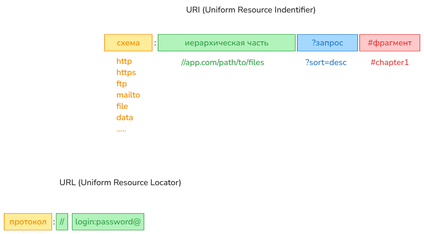
Before: img/5.uri_url.excalidraw.png, a diagram exported from Excalidraw (silvercodes/p41_np). Source tidied: one line per element, renumbered; positions are measured from the earlier drawing's top-left corner, leaving out a move shared by most shapes.
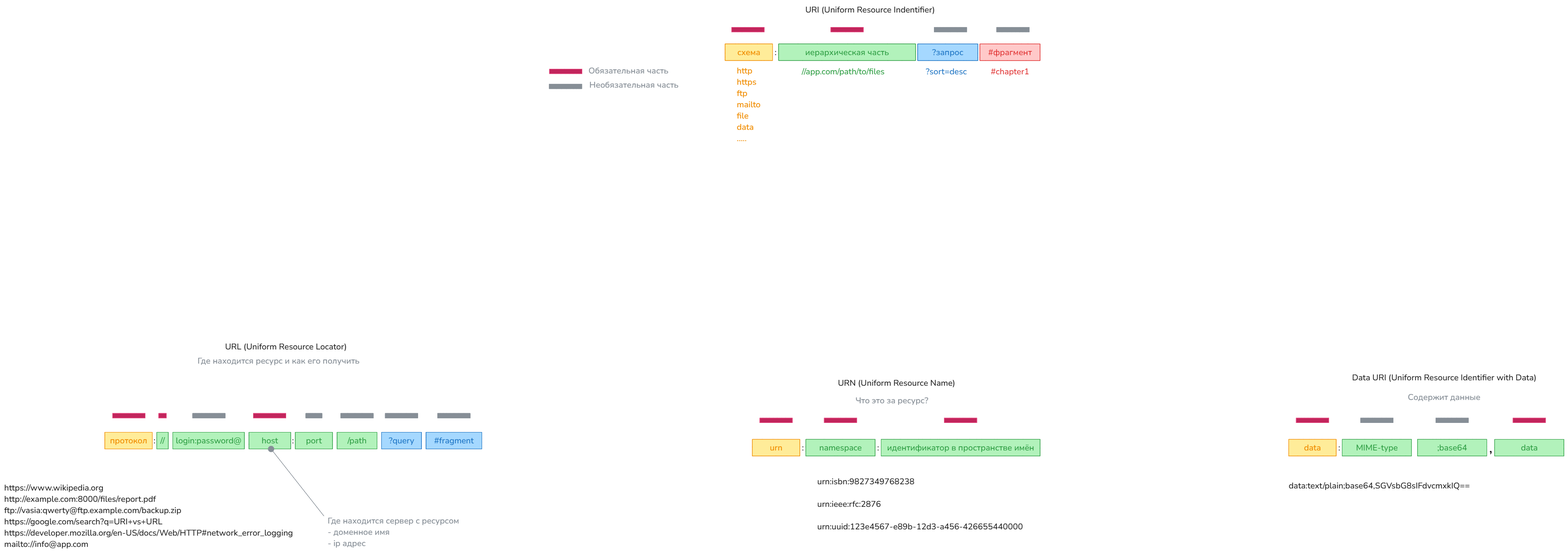
The same file after the commit.

Commit message:
add: deep http

What changed in the source:
```diff
@@ -1,4 +1,4 @@
-{"id": 0, "type": "text", "text": "URI (Uniform Resource Indentifier)", "strokeColor": "#1e1e1e", "strokeWidth": 2, "roughness": 1, "fontSize": 20, "fontFamily": 6, "x": 435, "y": 0, "width": 310, "height": 27}
+{"id": 0, "type": "text", "text": "URI (Uniform Resource Indentifier)", "strokeColor": "#1e1e1e", "strokeWidth": 2, "roughness": 1, "fontSize": 20, "fontFamily": 6, "x": 432, "y": -23, "width": 310, "height": 27}
 {"id": 1, "type": "rectangle", "strokeColor": "#f08c00", "backgroundColor": "#ffec99", "fillStyle": "solid", "strokeWidth": 1, "roughness": 0, "x": 240, "y": 72, "width": 114, "height": 40}
 {"id": 2, "type": "text", "text": "схема", "strokeColor": "#f08c00", "backgroundColor": "#ffec99", "fillStyle": "solid", "strokeWidth": 1, "roughness": 0, "fontSize": 20, "fontFamily": 6, "textAlign": "center", "verticalAlign": "middle", "inside": 1, "x": 269, "y": 79, "width": 55, "height": 27}
 {"id": 3, "type": "text", "text": "http\nhttps\nftp\nmailto\nfile\ndata\n.....", "strokeColor": "#f08c00", "backgroundColor": "#ffec99", "fillStyle": "solid", "strokeWidth": 1, "roughness": 0, "fontSize": 20, "fontFamily": 6, "x": 268, "y": 123, "width": 57, "height": 189}
@@ -12,11 +12,73 @@
 {"id": 11, "type": "rectangle", "strokeColor": "#e03131", "backgroundColor": "#ffc9c9", "fillStyle": "solid", "strokeWidth": 1, "roughness": 0, "x": 850, "y": 73, "width": 144, "height": 40}
 {"id": 12, "type": "text", "text": "#фрагмент", "strokeColor": "#e03131", "backgroundColor": "#ffec99", "fillStyle": "solid", "strokeWidth": 1, "roughness": 0, "fontSize": 20, "fontFamily": 6, "textAlign": "center", "verticalAlign": "middle", "inside": 11, "x": 870, "y": 79, "width": 105, "height": 27}
 {"id": 13, "type": "text", "text": "#chapter1", "strokeColor": "#e03131", "backgroundColor": "#ffc9c9", "fillStyle": "solid", "strokeWidth": 1, "roughness": 0, "fontSize": 20, "fontFamily": 6, "x": 876, "y": 126, "width": 92, "height": 27}
-{"id": 14, "type": "text", "text": "URL (Uniform Resource Locator)", "strokeColor": "#1e1e1e", "strokeWidth": 2, "roughness": 1, "fontSize": 20, "fontFamily": 6, "x": 132, "y": 414, "width": 292, "height": 27}
+{"id": 14, "type": "text", "text": "URL (Uniform Resource Locator)", "strokeColor": "#1e1e1e", "strokeWidth": 2, "roughness": 1, "fontSize": 20, "fontFamily": 6, "x": -957, "y": 785, "width": 292, "height": 27}
-{"id": 15, "type": "rectangle", "strokeColor": "#f08c00", "backgroundColor": "#ffec99", "fillStyle": "solid", "strokeWidth": 1, "roughness": 0, "x": 0, "y": 502, "width": 114, "height": 40}
+{"id": 15, "type": "rectangle", "strokeColor": "#f08c00", "backgroundColor": "#ffec99", "fillStyle": "solid", "strokeWidth": 1, "roughness": 0, "x": -1245, "y": 1003, "width": 114, "height": 40}
-{"id": 16, "type": "text", "text": "протокол", "strokeColor": "#f08c00", "backgroundColor": "#ffec99", "fillStyle": "solid", "strokeWidth": 1, "roughness": 0, "fontSize": 20, "fontFamily": 6, "textAlign": "center", "verticalAlign": "middle", "inside": 15, "x": 12, "y": 508, "width": 89, "height": 27}
+{"id": 16, "type": "text", "text": "протокол", "strokeColor": "#f08c00", "backgroundColor": "#ffec99", "fillStyle": "solid", "strokeWidth": 1, "roughness": 0, "fontSize": 20, "fontFamily": 6, "textAlign": "center", "verticalAlign": "middle", "inside": 15, "x": -1233, "y": 1009, "width": 89, "height": 27}
-{"id": 17, "type": "text", "text": ":", "strokeColor": "#1e1e1e", "backgroundColor": "#ffec99", "fillStyle": "solid", "strokeWidth": 1, "roughness": 0, "fontSize": 20, "fontFamily": 6, "x": 117, "y": 508, "width": 5, "height": 27}
+{"id": 22, "type": "text", "text": ":", "strokeColor": "#1e1e1e", "backgroundColor": "#ffec99", "fillStyle": "solid", "strokeWidth": 1, "roughness": 0, "fontSize": 20, "fontFamily": 6, "x": -1128, "y": 1009, "width": 5, "height": 27}
-{"id": 18, "type": "rectangle", "strokeColor": "#2f9e44", "backgroundColor": "#b2f2bb", "fillStyle": "solid", "strokeWidth": 1, "roughness": 0, "x": 124, "y": 502, "width": 28, "height": 40}
+{"id": 18, "type": "rectangle", "strokeColor": "#2f9e44", "backgroundColor": "#b2f2bb", "fillStyle": "solid", "strokeWidth": 1, "roughness": 0, "x": -1121, "y": 1003, "width": 28, "height": 40}
-{"id": 19, "type": "text", "text": "//", "strokeColor": "#2f9e44", "backgroundColor": "#ffc9c9", "fillStyle": "solid", "strokeWidth": 1, "roughness": 0, "fontSize": 20, "fontFamily": 6, "textAlign": "center", "verticalAlign": "middle", "inside": 18, "x": 133, "y": 508, "width": 11, "height": 27}
+{"id": 19, "type": "text", "text": "//", "strokeColor": "#2f9e44", "backgroundColor": "#ffc9c9", "fillStyle": "solid", "strokeWidth": 1, "roughness": 0, "fontSize": 20, "fontFamily": 6, "textAlign": "center", "verticalAlign": "middle", "inside": 18, "x": -1112, "y": 1009, "width": 11, "height": 27}
+{"id": 23, "type": "rectangle", "strokeColor": "#2f9e44", "backgroundColor": "#b2f2bb", "fillStyle": "solid", "strokeWidth": 1, "roughness": 0, "x": -1082, "y": 1003, "width": 172, "height": 40}
+{"id": 24, "type": "text", "text": "login:password@", "strokeColor": "#2f9e44", "backgroundColor": "#ffc9c9", "fillStyle": "solid", "strokeWidth": 1, "roughness": 0, "fontSize": 20, "fontFamily": 6, "textAlign": "center", "verticalAlign": "middle", "inside": 23, "x": -1075, "y": 1009, "width": 157, "height": 27}
+{"id": 25, "type": "text", "text": "Где находится ресурс и как его получить", "strokeColor": "#868e96", "strokeWidth": 2, "roughness": 1, "fontSize": 20, "fontFamily": 6, "x": -1023, "y": 818, "width": 388, "height": 27}
+{"id": 26, "type": "rectangle", "strokeColor": "#e64980", "backgroundColor": "#c2255c", "fillStyle": "solid", "strokeWidth": 1, "roughness": 0, "x": -180, "y": 133, "width": 78, "height": 11}
+{"id": 27, "type": "rectangle", "strokeColor": "#868e96", "backgroundColor": "#868e96", "fillStyle": "solid", "strokeWidth": 1, "roughness": 0, "x": -181, "y": 169, "width": 78, "height": 11}
+{"id": 28, "type": "text", "text": "Обязательная часть", "strokeColor": "#868e96", "backgroundColor": "#868e96", "fillStyle": "solid", "strokeWidth": 1, "roughness": 0, "fontSize": 20, "fontFamily": 6, "x": -87, "y": 123, "width": 191, "height": 27}
+{"id": 29, "type": "text", "text": "Необязательная часть", "strokeColor": "#868e96", "backgroundColor": "#868e96", "fillStyle": "solid", "strokeWidth": 1, "roughness": 0, "fontSize": 20, "fontFamily": 6, "x": -85, "y": 158, "width": 213, "height": 27}
+{"id": 30, "type": "rectangle", "strokeColor": "#e64980", "backgroundColor": "#c2255c", "fillStyle": "solid", "strokeWidth": 1, "roughness": 0, "x": 256, "y": 33, "width": 78, "height": 11}
+{"id": 31, "type": "rectangle", "strokeColor": "#e64980", "backgroundColor": "#c2255c", "fillStyle": "solid", "strokeWidth": 1, "roughness": 0, "x": 493, "y": 33, "width": 78, "height": 11}
+{"id": 32, "type": "rectangle", "strokeColor": "#868e96", "backgroundColor": "#868e96", "fillStyle": "solid", "strokeWidth": 1, "roughness": 0, "x": 741, "y": 33, "width": 78, "height": 11}
+{"id": 33, "type": "rectangle", "strokeColor": "#868e96", "backgroundColor": "#868e96", "fillStyle": "solid", "strokeWidth": 1, "roughness": 0, "x": 890, "y": 33, "width": 78, "height": 11}
+{"id": 34, "type": "rectangle", "strokeColor": "#e64980", "backgroundColor": "#c2255c", "fillStyle": "solid", "strokeWidth": 1, "roughness": 0, "x": -1226, "y": 957, "width": 78, "height": 11}
+{"id": 35, "type": "rectangle", "strokeColor": "#868e96", "backgroundColor": "#868e96", "fillStyle": "solid", "strokeWidth": 1, "roughness": 0, "x": -1035, "y": 957, "width": 78, "height": 11}
+{"id": 36, "type": "rectangle", "strokeColor": "#e64980", "backgroundColor": "#c2255c", "fillStyle": "solid", "strokeWidth": 1, "roughness": 0, "x": -1116, "y": 957, "width": 18, "height": 11}
+{"id": 37, "type": "rectangle", "strokeColor": "#2f9e44", "backgroundColor": "#b2f2bb", "fillStyle": "solid", "strokeWidth": 1, "roughness": 0, "x": -900, "y": 1003, "width": 100, "height": 40}
+{"id": 38, "type": "text", "text": "host", "strokeColor": "#2f9e44", "backgroundColor": "#ffc9c9", "fillStyle": "solid", "strokeWidth": 1, "roughness": 0, "fontSize": 20, "fontFamily": 6, "textAlign": "center", "verticalAlign": "middle", "inside": 37, "x": -870, "y": 1009, "width": 39, "height": 27}
+{"id": 39, "type": "rectangle", "strokeColor": "#e64980", "backgroundColor": "#c2255c", "fillStyle": "solid", "strokeWidth": 1, "roughness": 0, "x": -889, "y": 957, "width": 78, "height": 11}
+{"id": 40, "type": "text", "text": "Где находится сервер с ресурсом\n- доменное имя\n- ip адрес", "strokeColor": "#868e96", "strokeWidth": 2, "roughness": 1, "fontSize": 20, "fontFamily": 6, "x": -711, "y": 1201, "width": 315, "height": 81}
+{"id": 41, "type": "arrow", "strokeColor": "#868e96", "backgroundColor": "#868e96", "fillStyle": "solid", "strokeWidth": 1, "roughness": 0, "endArrowhead": "circle", "round": true, "from": 40, "to": 37, "x": -720, "y": 1203, "width": 127, "height": 161, "points": [[0, 0], [-127, -161]]}
+{"id": 42, "type": "text", "text": ":", "strokeColor": "#1e1e1e", "backgroundColor": "#ffec99", "fillStyle": "solid", "strokeWidth": 1, "roughness": 0, "fontSize": 20, "fontFamily": 6, "x": -797, "y": 1009, "width": 5, "height": 27}
+{"id": 43, "type": "rectangle", "strokeColor": "#2f9e44", "backgroundColor": "#b2f2bb", "fillStyle": "solid", "strokeWidth": 1, "roughness": 0, "x": -789, "y": 1003, "width": 89, "height": 40}
+{"id": 44, "type": "text", "text": "port", "strokeColor": "#2f9e44", "backgroundColor": "#ffc9c9", "fillStyle": "solid", "strokeWidth": 1, "roughness": 0, "fontSize": 20, "fontFamily": 6, "textAlign": "center", "verticalAlign": "middle", "inside": 43, "x": -763, "y": 1009, "width": 38, "height": 27}
+{"id": 45, "type": "rectangle", "strokeColor": "#868e96", "backgroundColor": "#868e96", "fillStyle": "solid", "strokeWidth": 1, "roughness": 0, "x": -764, "y": 957, "width": 39, "height": 11}
+{"id": 46, "type": "rectangle", "strokeColor": "#2f9e44", "backgroundColor": "#b2f2bb", "fillStyle": "solid", "strokeWidth": 1, "roughness": 0, "x": -689, "y": 1003, "width": 96, "height": 40}
+{"id": 47, "type": "text", "text": "/path", "strokeColor": "#2f9e44", "backgroundColor": "#ffc9c9", "fillStyle": "solid", "strokeWidth": 1, "roughness": 0, "fontSize": 20, "fontFamily": 6, "textAlign": "center", "verticalAlign": "middle", "inside": 46, "x": -664, "y": 1009, "width": 46, "height": 27}
+{"id": 48, "type": "rectangle", "strokeColor": "#868e96", "backgroundColor": "#868e96", "fillStyle": "solid", "strokeWidth": 1, "roughness": 0, "x": -680, "y": 957, "width": 78, "height": 11}
+{"id": 49, "type": "rectangle", "strokeColor": "#1971c2", "backgroundColor": "#a5d8ff", "fillStyle": "solid", "strokeWidth": 1, "roughness": 0, "x": -582, "y": 1003, "width": 96, "height": 40}
+{"id": 50, "type": "text", "text": "?query", "strokeColor": "#1971c2", "backgroundColor": "#ffc9c9", "fillStyle": "solid", "strokeWidth": 1, "roughness": 0, "fontSize": 20, "fontFamily": 6, "textAlign": "center", "verticalAlign": "middle", "inside": 49, "x": -565, "y": 1009, "width": 61, "height": 27}
+{"id": 51, "type": "rectangle", "strokeColor": "#868e96", "backgroundColor": "#868e96", "fillStyle": "solid", "strokeWidth": 1, "roughness": 0, "x": -574, "y": 957, "width": 78, "height": 11}
-{"id": 20, "type": "rectangle", "strokeColor": "#2f9e44", "backgroundColor": "#b2f2bb", "fillStyle": "solid", "strokeWidth": 1, "roughness": 0, "x": 163, "y": 502, "width": 172, "height": 40}
+{"id": 20, "type": "rectangle", "strokeColor": "#1971c2", "backgroundColor": "#a5d8ff", "fillStyle": "solid", "strokeWidth": 1, "roughness": 0, "x": -476, "y": 1003, "width": 134, "height": 40}
-{"id": 21, "type": "text", "text": "login:password@", "strokeColor": "#2f9e44", "backgroundColor": "#ffc9c9", "fillStyle": "solid", "strokeWidth": 1, "roughness": 0, "fontSize": 20, "fontFamily": 6, "textAlign": "center", "verticalAlign": "middle", "inside": 20, "x": 170, "y": 508, "width": 157, "height": 27}
+{"id": 21, "type": "text", "text": "#fragment", "strokeColor": "#1971c2", "backgroundColor": "#ffc9c9", "fillStyle": "solid", "strokeWidth": 1, "roughness": 0, "fontSize": 20, "fontFamily": 6, "textAlign": "center", "verticalAlign": "middle", "inside": 20, "x": -457, "y": 1009, "width": 95, "height": 27}
+{"id": 52, "type": "rectangle", "strokeColor": "#868e96", "backgroundColor": "#868e96", "fillStyle": "solid", "strokeWidth": 1, "roughness": 0, "x": -448, "y": 957, "width": 78, "height": 11}
+{"id": 53, "type": "text", "text": "https://www.wikipedia.org\nhttp://example.com:8000/files/report.pdf\nftp://vasia:qwerty@ftp.example.com/backup.zip\nhttps://google.com/search?q=URI+vs+URL\nhttps://developer.mozilla.org/en-US/docs/Web/HTTP#network_error_logging\nmailto://info@app.com", "strokeColor": "#1e1e1e", "backgroundColor": "#a5d8ff", "fillStyle": "solid", "strokeWidth": 1, "roughness": 0, "fontSize": 20, "fontFamily": 6, "x": -1486, "y": 1122, "width": 691, "height": 162}
+{"id": 54, "type": "text", "text": "URN (Uniform Resource Name)", "strokeColor": "#1e1e1e", "strokeWidth": 2, "roughness": 1, "fontSize": 20, "fontFamily": 6, "x": 510, "y": 872, "width": 281, "height": 27}
+{"id": 55, "type": "text", "text": "Что это за ресурс?", "strokeColor": "#868e96", "strokeWidth": 2, "roughness": 1, "fontSize": 20, "fontFamily": 6, "x": 552, "y": 913, "width": 174, "height": 27}
+{"id": 56, "type": "rectangle", "strokeColor": "#f08c00", "backgroundColor": "#ffec99", "fillStyle": "solid", "strokeWidth": 1, "roughness": 0, "x": 305, "y": 1020, "width": 114, "height": 40}
+{"id": 57, "type": "text", "text": "urn", "strokeColor": "#f08c00", "backgroundColor": "#ffec99", "fillStyle": "solid", "strokeWidth": 1, "roughness": 0, "fontSize": 20, "fontFamily": 6, "textAlign": "center", "verticalAlign": "middle", "inside": 56, "x": 347, "y": 1026, "width": 30, "height": 27}
+{"id": 58, "type": "text", "text": ":", "strokeColor": "#1e1e1e", "backgroundColor": "#ffec99", "fillStyle": "solid", "strokeWidth": 1, "roughness": 0, "fontSize": 20, "fontFamily": 6, "x": 424, "y": 1026, "width": 5, "height": 27}
+{"id": 59, "type": "rectangle", "strokeColor": "#2f9e44", "backgroundColor": "#b2f2bb", "fillStyle": "solid", "strokeWidth": 1, "roughness": 0, "x": 433, "y": 1020, "width": 166, "height": 40}
+{"id": 60, "type": "text", "text": "namespace", "strokeColor": "#2f9e44", "backgroundColor": "#ffec99", "fillStyle": "solid", "strokeWidth": 1, "roughness": 0, "fontSize": 20, "fontFamily": 6, "textAlign": "center", "verticalAlign": "middle", "inside": 59, "x": 465, "y": 1026, "width": 102, "height": 27}
+{"id": 61, "type": "text", "text": ":", "strokeColor": "#1e1e1e", "backgroundColor": "#ffec99", "fillStyle": "solid", "strokeWidth": 1, "roughness": 0, "fontSize": 20, "fontFamily": 6, "x": 604, "y": 1026, "width": 5, "height": 27}
+{"id": 62, "type": "rectangle", "strokeColor": "#2f9e44", "backgroundColor": "#b2f2bb", "fillStyle": "solid", "strokeWidth": 1, "roughness": 0, "x": 614, "y": 1020, "width": 381, "height": 40}
+{"id": 63, "type": "text", "text": "идентификатор в пространстве имён", "strokeColor": "#2f9e44", "backgroundColor": "#ffec99", "fillStyle": "solid", "strokeWidth": 1, "roughness": 0, "fontSize": 20, "fontFamily": 6, "textAlign": "center", "verticalAlign": "middle", "inside": 62, "x": 628, "y": 1026, "width": 352, "height": 27}
+{"id": 64, "type": "text", "text": "urn:isbn:9827349768238\n\nurn:ieee:rfc:2876\n\nurn:uuid:123e4567-e89b-12d3-a456-426655440000", "strokeColor": "#1e1e1e", "backgroundColor": "#a5d8ff", "fillStyle": "solid", "strokeWidth": 1, "roughness": 0, "fontSize": 20, "fontFamily": 6, "x": 461, "y": 1107, "width": 493, "height": 135}
+{"id": 65, "type": "text", "text": "Data URI (Uniform Resource Identifier with Data)", "strokeColor": "#1e1e1e", "strokeWidth": 2, "roughness": 1, "fontSize": 20, "fontFamily": 6, "x": 1741, "y": 858, "width": 441, "height": 27}
+{"id": 66, "type": "text", "text": "Содержит данные", "strokeColor": "#868e96", "strokeWidth": 2, "roughness": 1, "fontSize": 20, "fontFamily": 6, "x": 1875, "y": 906, "width": 174, "height": 27}
+{"id": 67, "type": "rectangle", "strokeColor": "#f08c00", "backgroundColor": "#ffec99", "fillStyle": "solid", "strokeWidth": 1, "roughness": 0, "x": 1589, "y": 1020, "width": 114, "height": 40}
+{"id": 68, "type": "text", "text": "data", "strokeColor": "#f08c00", "backgroundColor": "#ffec99", "fillStyle": "solid", "strokeWidth": 1, "roughness": 0, "fontSize": 20, "fontFamily": 6, "textAlign": "center", "verticalAlign": "middle", "inside": 67, "x": 1626, "y": 1026, "width": 40, "height": 27}
+{"id": 69, "type": "text", "text": ":", "strokeColor": "#1e1e1e", "backgroundColor": "#ffec99", "fillStyle": "solid", "strokeWidth": 1, "roughness": 0, "fontSize": 20, "fontFamily": 6, "x": 1708, "y": 1026, "width": 5, "height": 27}
+{"id": 70, "type": "rectangle", "strokeColor": "#2f9e44", "backgroundColor": "#b2f2bb", "fillStyle": "solid", "strokeWidth": 1, "roughness": 0, "x": 1718, "y": 1020, "width": 166, "height": 40}
+{"id": 71, "type": "text", "text": "MIME-type", "strokeColor": "#2f9e44", "backgroundColor": "#ffec99", "fillStyle": "solid", "strokeWidth": 1, "roughness": 0, "fontSize": 20, "fontFamily": 6, "textAlign": "center", "verticalAlign": "middle", "inside": 70, "x": 1751, "y": 1026, "width": 100, "height": 27}
+{"id": 72, "type": "text", "text": ",", "strokeColor": "#1e1e1e", "backgroundColor": "#ffec99", "fillStyle": "solid", "strokeWidth": 1, "roughness": 0, "fontSize": 36, "fontFamily": 6, "x": 2069, "y": 1015, "width": 8, "height": 49}
+{"id": 73, "type": "rectangle", "strokeColor": "#868e96", "backgroundColor": "#868e96", "fillStyle": "solid", "strokeWidth": 1, "roughness": 0, "x": 1762, "y": 969, "width": 78, "height": 11}
+{"id": 74, "type": "rectangle", "strokeColor": "#e64980", "backgroundColor": "#c2255c", "fillStyle": "solid", "strokeWidth": 1, "roughness": 0, "x": 477, "y": 969, "width": 78, "height": 11}
+{"id": 75, "type": "rectangle", "strokeColor": "#e64980", "backgroundColor": "#c2255c", "fillStyle": "solid", "strokeWidth": 1, "roughness": 0, "x": 323, "y": 969, "width": 78, "height": 11}
+{"id": 76, "type": "rectangle", "strokeColor": "#e64980", "backgroundColor": "#c2255c", "fillStyle": "solid", "strokeWidth": 1, "roughness": 0, "x": 765, "y": 969, "width": 78, "height": 11}
+{"id": 77, "type": "rectangle", "strokeColor": "#e64980", "backgroundColor": "#c2255c", "fillStyle": "solid", "strokeWidth": 1, "roughness": 0, "x": 1607, "y": 969, "width": 78, "height": 11}
+{"id": 78, "type": "rectangle", "strokeColor": "#2f9e44", "backgroundColor": "#b2f2bb", "fillStyle": "solid", "strokeWidth": 1, "roughness": 0, "x": 1898, "y": 1020, "width": 166, "height": 40}
+{"id": 79, "type": "text", "text": ";base64", "strokeColor": "#2f9e44", "backgroundColor": "#ffec99", "fillStyle": "solid", "strokeWidth": 1, "roughness": 0, "fontSize": 20, "fontFamily": 6, "textAlign": "center", "verticalAlign": "middle", "inside": 78, "x": 1945, "y": 1026, "width": 71, "height": 27}
+{"id": 80, "type": "rectangle", "strokeColor": "#868e96", "backgroundColor": "#868e96", "fillStyle": "solid", "strokeWidth": 1, "roughness": 0, "x": 1942, "y": 969, "width": 78, "height": 11}
+{"id": 81, "type": "rectangle", "strokeColor": "#2f9e44", "backgroundColor": "#b2f2bb", "fillStyle": "solid", "strokeWidth": 1, "roughness": 0, "x": 2082, "y": 1020, "width": 166, "height": 40}
+{"id": 82, "type": "text", "text": "data", "strokeColor": "#2f9e44", "backgroundColor": "#ffec99", "fillStyle": "solid", "strokeWidth": 1, "roughness": 0, "fontSize": 20, "fontFamily": 6, "textAlign": "center", "verticalAlign": "middle", "inside": 81, "x": 2145, "y": 1026, "width": 40, "height": 27}
+{"id": 83, "type": "rectangle", "strokeColor": "#e64980", "backgroundColor": "#c2255c", "fillStyle": "solid", "strokeWidth": 1, "roughness": 0, "x": 2126, "y": 969, "width": 78, "height": 11}
+{"id": 84, "type": "text", "text": "data:text/plain;base64,SGVsbG8sIFdvcmxkIQ==", "strokeColor": "#1e1e1e", "backgroundColor": "#a5d8ff", "fillStyle": "solid", "strokeWidth": 1, "roughness": 0, "fontSize": 20, "fontFamily": 6, "x": 1589, "y": 1118, "width": 434, "height": 27}
```
